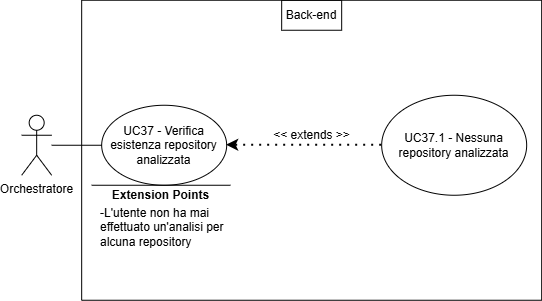
Earlier version of the draw.io export assets/diagrams/UC37.png (SkarabGroup/DocumentazioneProgetto). Source tidied: cells renumbered, new cells last; positions are measured from the earlier drawing's top-left corner, leaving out a move shared by most shapes.
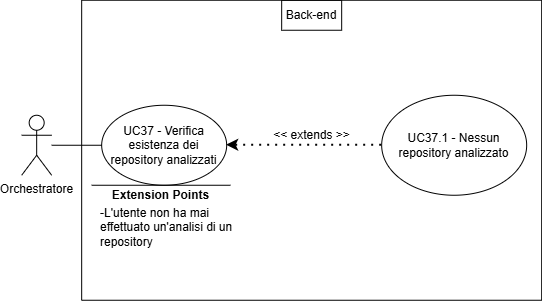
Later version of the same file.

Change to the diagram source:
```diff
@@ -5,38 +5,38 @@
     <mxCell id="2" value="Orchestratore" style="shape=umlActor;verticalLabelPosition=bottom;verticalAlign=top;html=1;outlineConnect=0;" parent="1" vertex="1">
       <mxGeometry x="0.2" y="114.8" width="30" height="60" as="geometry" />
     </mxCell>
-    <mxCell id="3" style="swimlane;startSize=0;" parent="1" vertex="1">
-      <mxGeometry x="60.2" y="-0.2" width="460" height="300" as="geometry" />
-    </mxCell>
-    <mxCell id="4" value="UC37 - Verifica esistenza repository analizzata" style="ellipse;whiteSpace=wrap;html=1;" parent="3" vertex="1">
-      <mxGeometry x="20" y="105" width="125" height="80" as="geometry" />
-    </mxCell>
-    <mxCell id="5" value="UC37.1 - Nessuna repository analizzata" style="ellipse;whiteSpace=wrap;html=1;" parent="3" vertex="1">
-      <mxGeometry x="300" y="95" width="145" height="100" as="geometry" />
-    </mxCell>
-    <mxCell id="6" style="endArrow=classic;dashed=1;html=1;dashPattern=1 3;strokeWidth=2;rounded=0;entryX=1;entryY=0.5;entryDx=0;entryDy=0;exitX=0;exitY=0.5;exitDx=0;exitDy=0;strokeColor=default;curved=0;endFill=1;endSize=6;" parent="3" edge="1" source="5" target="4">
-      <mxGeometry relative="1" as="geometry" />
-    </mxCell>
+    <mxCell id="13" style="swimlane;startSize=0;" parent="1" vertex="1">
+      <mxGeometry x="60.2" y="-0.2" width="460" height="300" as="geometry" />
+    </mxCell>
+    <mxCell id="14" value="UC37 - Verifica esistenza dei repository analizzati" style="ellipse;whiteSpace=wrap;html=1;" parent="13" vertex="1">
+      <mxGeometry x="20" y="105" width="125" height="80" as="geometry" />
+    </mxCell>
+    <mxCell id="15" value="UC37.1 - Nessun repository analizzato" style="ellipse;whiteSpace=wrap;html=1;" parent="13" vertex="1">
+      <mxGeometry x="300" y="95" width="145" height="100" as="geometry" />
+    </mxCell>
+    <mxCell id="16" style="endArrow=classic;dashed=1;html=1;dashPattern=1 3;strokeWidth=2;rounded=0;entryX=1;entryY=0.5;entryDx=0;entryDy=0;exitX=0;exitY=0.5;exitDx=0;exitDy=0;strokeColor=default;curved=0;endFill=1;endSize=6;" parent="13" edge="1" source="15" target="14">
+      <mxGeometry relative="1" as="geometry" />
+    </mxCell>
-    <mxCell id="7" value="&lt;div&gt;&amp;lt;&amp;lt; extends &amp;gt;&amp;gt;&lt;/div&gt;" style="text;html=1;whiteSpace=wrap;strokeColor=none;fillColor=none;align=center;verticalAlign=middle;rounded=0;" parent="3" vertex="1">
+    <mxCell id="7" value="&lt;div&gt;&amp;lt;&amp;lt; extends &amp;gt;&amp;gt;&lt;/div&gt;" style="text;html=1;whiteSpace=wrap;strokeColor=none;fillColor=none;align=center;verticalAlign=middle;rounded=0;" parent="13" vertex="1">
       <mxGeometry x="182.5" y="120" width="95" height="30" as="geometry" />
     </mxCell>
-    <mxCell id="8" style="endArrow=none;html=1;rounded=0;" parent="3" edge="1">
-      <mxGeometry relative="1" as="geometry">
-        <mxPoint x="148.8" y="185" as="sourcePoint" />
-        <mxPoint x="10" y="185" as="targetPoint" />
-      </mxGeometry>
-    </mxCell>
+    <mxCell id="17" style="endArrow=none;html=1;rounded=0;" parent="13" edge="1">
+      <mxGeometry relative="1" as="geometry">
+        <mxPoint x="148.8" y="185" as="sourcePoint" />
+        <mxPoint x="10" y="185" as="targetPoint" />
+      </mxGeometry>
+    </mxCell>
-    <mxCell id="9" value="&lt;b&gt;Extension Points&lt;/b&gt;" style="text;html=1;whiteSpace=wrap;strokeColor=none;fillColor=none;align=center;verticalAlign=middle;rounded=0;strokeWidth=5;" parent="3" vertex="1">
+    <mxCell id="9" value="&lt;b&gt;Extension Points&lt;/b&gt;" style="text;html=1;whiteSpace=wrap;strokeColor=none;fillColor=none;align=center;verticalAlign=middle;rounded=0;strokeWidth=5;" parent="13" vertex="1">
       <mxGeometry x="21.9" y="180" width="115" height="30" as="geometry" />
     </mxCell>
-    <mxCell id="10" value="&lt;div align=&quot;left&quot;&gt;-L'utente non ha mai effettuato un'analisi per alcuna repository&lt;/div&gt;" style="text;html=1;whiteSpace=wrap;strokeColor=none;fillColor=none;align=left;verticalAlign=middle;rounded=0;" parent="3" vertex="1">
-      <mxGeometry x="16.9" y="185" width="147" height="85" as="geometry" />
-    </mxCell>
+    <mxCell id="18" value="&lt;div align=&quot;left&quot;&gt;-L'utente non ha mai effettuato un'analisi di un repository&lt;/div&gt;" style="text;html=1;whiteSpace=wrap;strokeColor=none;fillColor=none;align=left;verticalAlign=middle;rounded=0;" parent="13" vertex="1">
+      <mxGeometry x="16.9" y="185" width="147" height="85" as="geometry" />
+    </mxCell>
-    <mxCell id="11" value="Back-end" style="text;html=1;whiteSpace=wrap;strokeColor=default;fillColor=none;align=center;verticalAlign=middle;rounded=0;perimeterSpacing=1;" parent="3" vertex="1">
+    <mxCell id="11" value="Back-end" style="text;html=1;whiteSpace=wrap;strokeColor=default;fillColor=none;align=center;verticalAlign=middle;rounded=0;perimeterSpacing=1;" parent="13" vertex="1">
       <mxGeometry x="200" width="60" height="30" as="geometry" />
     </mxCell>
-    <mxCell id="12" style="endArrow=none;html=1;rounded=0;entryX=0;entryY=0.5;entryDx=0;entryDy=0;" parent="1" edge="1" source="2" target="4">
-      <mxGeometry relative="1" as="geometry" />
-    </mxCell>
+    <mxCell id="19" style="endArrow=none;html=1;rounded=0;entryX=0;entryY=0.5;entryDx=0;entryDy=0;" parent="1" edge="1" source="2" target="14">
+      <mxGeometry relative="1" as="geometry" />
+    </mxCell>
   </root>
 </mxGraphModel>
```
